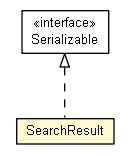
trajano/doxdb keeps this Graphviz diagram as doxdb-core/apidocs/net/trajano/doxdb/SearchResult.png. Above is the earlier version. Its source is kept beside it as doxdb-core/apidocs/net/trajano/doxdb/SearchResult.dot.
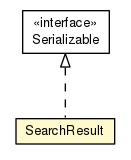
The same diagram one commit later.

Change to the diagram source:
```diff
@@ -1,19 +1,19 @@
 
 digraph G {
-	edge [fontname="arial",fontsize=10,labelfontname="arial",labelfontsize=10];
-	node [fontname="arial",fontsize=10,shape=plaintext];
+	edge [fontname="Helvetica",fontsize=10,labelfontname="Helvetica",labelfontsize=10];
+	node [fontname="Helvetica",fontsize=10,shape=plaintext];
 	nodesep=0.25;
 	ranksep=0.5;
-	c536 [label=<<table title="net.trajano.doxdb.SearchResult" border="0" cellborder="1" cellspacing="0" cellpadding="2" port="p" bgcolor="lemonChiffon" href="./SearchResult.html">
+	c538 [label=<<table title="net.trajano.doxdb.SearchResult" border="0" cellborder="1" cellspacing="0" cellpadding="2" port="p" bgcolor="lemonChiffon" href="./SearchResult.html">
 		<tr><td><table border="0" cellspacing="0" cellpadding="1">
 <tr><td align="center" balign="center"> SearchResult </td></tr>
 		</table></td></tr>
-		</table>>, URL="./SearchResult.html", fontname="arial", fontcolor="black", fontsize=10.0];
-	c557:p -> c536:p [dir=back,arrowtail=empty,style=dashed];
+		</table>>, URL="./SearchResult.html", fontname="Helvetica", fontcolor="black", fontsize=10.0];
+	c557:p -> c538:p [dir=back,arrowtail=empty,style=dashed];
 	c557 [label=<<table title="java.io.Serializable" border="0" cellborder="1" cellspacing="0" cellpadding="2" port="p" href="http://java.sun.com/j2se/1.4.2/docs/api/java/io/Serializable.html">
 		<tr><td><table border="0" cellspacing="0" cellpadding="1">
 <tr><td align="center" balign="center"> &#171;interface&#187; </td></tr>
 <tr><td align="center" balign="center"> Serializable </td></tr>
 		</table></td></tr>
-		</table>>, URL="http://java.sun.com/j2se/1.4.2/docs/api/java/io/Serializable.html", fontname="arial", fontcolor="black", fontsize=10.0];
+		</table>>, URL="http://java.sun.com/j2se/1.4.2/docs/api/java/io/Serializable.html", fontname="Helvetica", fontcolor="black", fontsize=10.0];
 }
```
